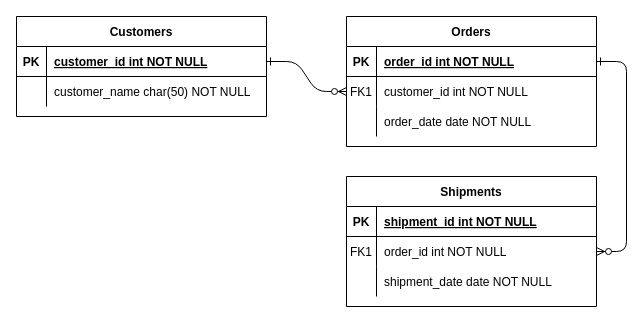
Above: customer/Untitled Diagram.drawio in bunrongGithub/api-php (draw.io), before the change. Source tidied: cells renumbered, new cells numbered last; positions are measured from the earlier drawing's top-left corner, leaving out a move shared by most shapes. Both pictures are drawn from the tidied source at 100%, with x=0, y=0 at pixel (16, 16).
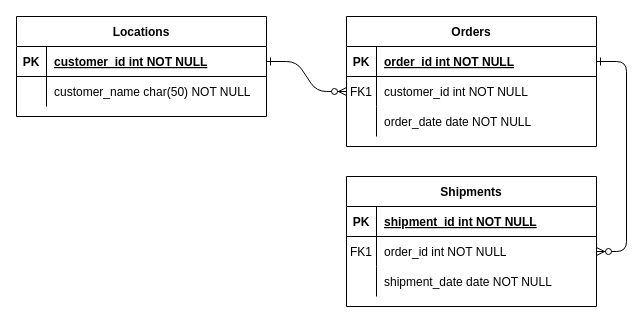
The same page after the edit.

The edit, as a diff of the source:
```diff
@@
-    <mxCell id="24" value="Customers" style="shape=table;startSize=30;childLayout=tableLayout;rowLines=0;fontStyle=1;align=center;" parent="1" vertex="1">
+    <mxCell id="24" value="Locations" style="shape=table;startSize=30;childLayout=tableLayout;rowLines=0;fontStyle=1;align=center;" parent="1" vertex="1">
       <mxGeometry width="250" height="100" as="geometry" />
     </mxCell>
```
